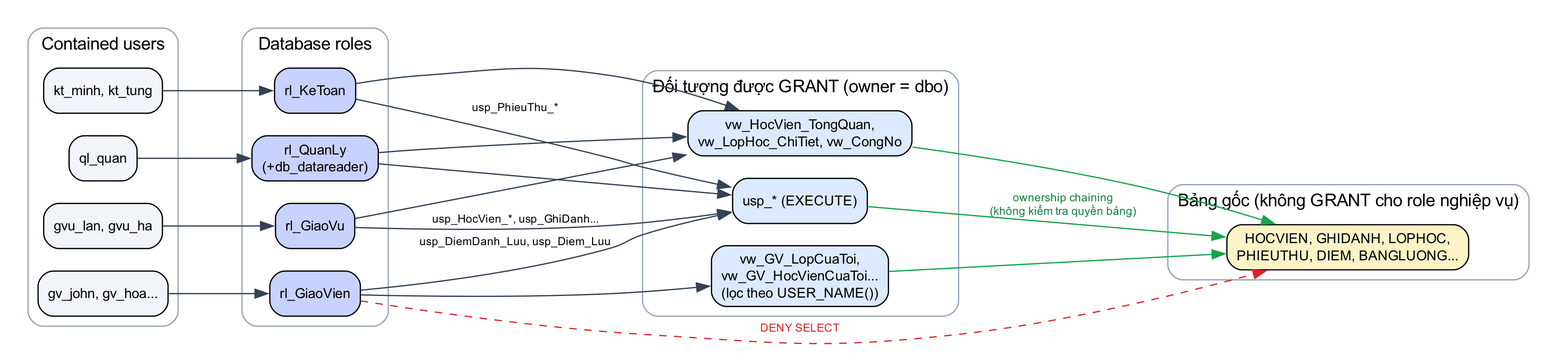
Above: docs/report/images/diagrams/phan_quyen.png in nhutruong-uit/imcp (Graphviz), before the change. Its source is kept beside it as docs/report/diagrams/phan_quyen.dot. Its diagram source:
```dot
digraph SEC {
  graph [rankdir=LR, fontname="Arial", dpi=220, pad=0.2, nodesep=0.25, ranksep=0.9];
  node  [fontname="Arial", fontsize=11, shape=box, style="rounded,filled"];
  edge  [color="#334155", fontname="Arial", fontsize=9];
  subgraph cluster_u { label="Contained users"; color="#94A3B8"; style=rounded;
    node [fillcolor="#F1F5F9"]; u1 [label="ql_quan"]; u2 [label="gvu_lan, gvu_ha"]; u3 [label="kt_minh, kt_tung"]; u4 [label="gv_john, gv_hoa..."]; }
  subgraph cluster_r { label="Database roles"; color="#94A3B8"; style=rounded;
    node [fillcolor="#C7D2FE"]; r1 [label="rl_QuanLy\n(+db_datareader)"]; r2 [label="rl_GiaoVu"]; r3 [label="rl_KeToan"]; r4 [label="rl_GiaoVien"]; }
  subgraph cluster_o { label="Đối tượng được GRANT (owner = dbo)"; color="#94A3B8"; style=rounded;
    node [fillcolor="#DBEAFE"]; o1 [label="usp_* (EXECUTE)"]; o2 [label="vw_HocVien_TongQuan,\nvw_LopHoc_ChiTiet, vw_CongNo"]; o3 [label="vw_GV_LopCuaToi,\nvw_GV_HocVienCuaToi...\n(lọc theo USER_NAME())"]; }
  subgraph cluster_t { label="Bảng gốc (không GRANT cho role nghiệp vụ)"; color="#94A3B8"; style=rounded;
    node [fillcolor="#FEF3C7"]; t1 [label="HOCVIEN, GHIDANH, LOPHOC,\nPHIEUTHU, DIEM, BANGLUONG..."]; }
  u1 -> r1; u2 -> r2; u3 -> r3; u4 -> r4;
  r1 -> o1; r1 -> o2; r2 -> o1 [label="usp_HocVien_*, usp_GhiDanh..."]; r2 -> o2; r3 -> o1 [label="usp_PhieuThu_*"]; r3 -> o2;
  r4 -> o3; r4 -> o1 [label="usp_DiemDanh_Luu, usp_Diem_Luu"];
  o1 -> t1 [label="ownership chaining\n(không kiểm tra quyền bảng)", color="#16A34A", fontcolor="#15803D"];
  o2 -> t1 [color="#16A34A"]; o3 -> t1 [color="#16A34A"];
  r4 -> t1 [label="DENY SELECT", color="#DC2626", fontcolor="#DC2626", style=dashed];
}
```
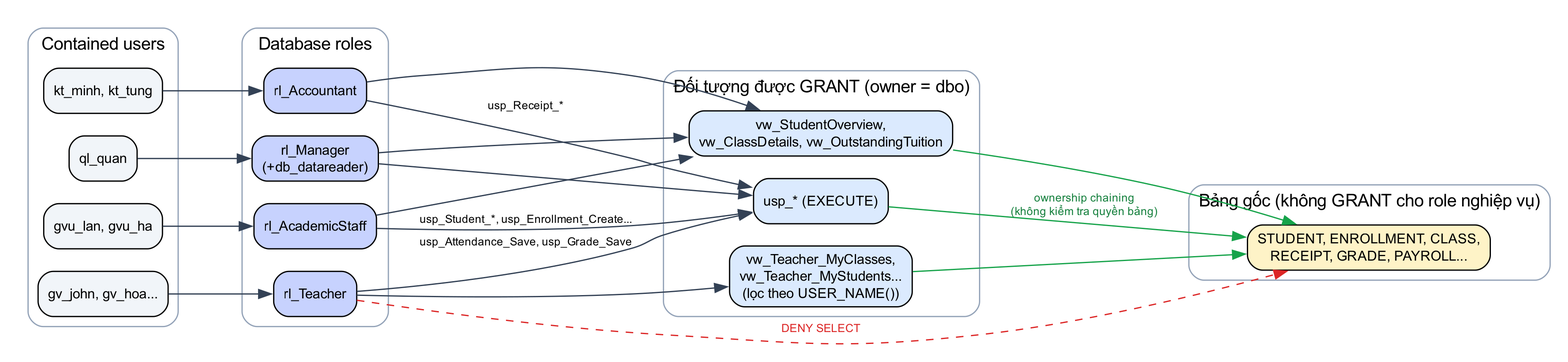
Later version of the same file.

Change to the diagram source:
```diff
@@ -5,14 +5,14 @@
   subgraph cluster_u { label="Contained users"; color="#94A3B8"; style=rounded;
     node [fillcolor="#F1F5F9"]; u1 [label="ql_quan"]; u2 [label="gvu_lan, gvu_ha"]; u3 [label="kt_minh, kt_tung"]; u4 [label="gv_john, gv_hoa..."]; }
   subgraph cluster_r { label="Database roles"; color="#94A3B8"; style=rounded;
-    node [fillcolor="#C7D2FE"]; r1 [label="rl_QuanLy\n(+db_datareader)"]; r2 [label="rl_GiaoVu"]; r3 [label="rl_KeToan"]; r4 [label="rl_GiaoVien"]; }
+    node [fillcolor="#C7D2FE"]; r1 [label="rl_Manager\n(+db_datareader)"]; r2 [label="rl_AcademicStaff"]; r3 [label="rl_Accountant"]; r4 [label="rl_Teacher"]; }
   subgraph cluster_o { label="Đối tượng được GRANT (owner = dbo)"; color="#94A3B8"; style=rounded;
-    node [fillcolor="#DBEAFE"]; o1 [label="usp_* (EXECUTE)"]; o2 [label="vw_HocVien_TongQuan,\nvw_LopHoc_ChiTiet, vw_CongNo"]; o3 [label="vw_GV_LopCuaToi,\nvw_GV_HocVienCuaToi...\n(lọc theo USER_NAME())"]; }
+    node [fillcolor="#DBEAFE"]; o1 [label="usp_* (EXECUTE)"]; o2 [label="vw_StudentOverview,\nvw_ClassDetails, vw_OutstandingTuition"]; o3 [label="vw_Teacher_MyClasses,\nvw_Teacher_MyStudents...\n(lọc theo USER_NAME())"]; }
   subgraph cluster_t { label="Bảng gốc (không GRANT cho role nghiệp vụ)"; color="#94A3B8"; style=rounded;
-    node [fillcolor="#FEF3C7"]; t1 [label="HOCVIEN, GHIDANH, LOPHOC,\nPHIEUTHU, DIEM, BANGLUONG..."]; }
+    node [fillcolor="#FEF3C7"]; t1 [label="STUDENT, ENROLLMENT, CLASS,\nRECEIPT, GRADE, PAYROLL..."]; }
   u1 -> r1; u2 -> r2; u3 -> r3; u4 -> r4;
-  r1 -> o1; r1 -> o2; r2 -> o1 [label="usp_HocVien_*, usp_GhiDanh..."]; r2 -> o2; r3 -> o1 [label="usp_PhieuThu_*"]; r3 -> o2;
-  r4 -> o3; r4 -> o1 [label="usp_DiemDanh_Luu, usp_Diem_Luu"];
+  r1 -> o1; r1 -> o2; r2 -> o1 [label="usp_Student_*, usp_Enrollment_Create..."]; r2 -> o2; r3 -> o1 [label="usp_Receipt_*"]; r3 -> o2;
+  r4 -> o3; r4 -> o1 [label="usp_Attendance_Save, usp_Grade_Save"];
   o1 -> t1 [label="ownership chaining\n(không kiểm tra quyền bảng)", color="#16A34A", fontcolor="#15803D"];
   o2 -> t1 [color="#16A34A"]; o3 -> t1 [color="#16A34A"];
   r4 -> t1 [label="DENY SELECT", color="#DC2626", fontcolor="#DC2626", style=dashed];
```
